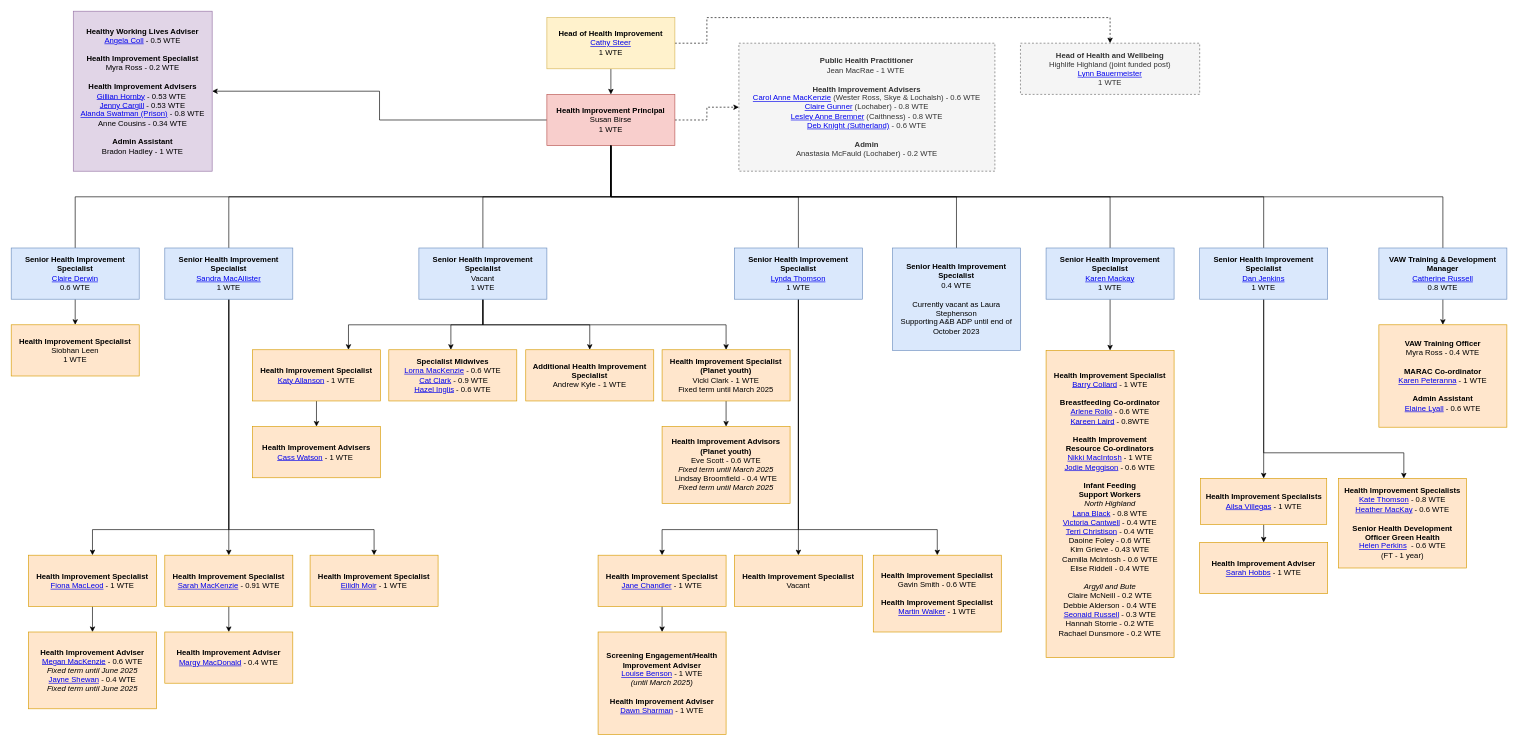
The draw.io diagram Untitled Diagram.drawio in barrycollard/staffOrgChart, before the edit. Source tidied: cells renumbered, new cells numbered last; positions are measured from the earlier drawing's top-left corner, leaving out a move shared by most shapes. Both pictures are drawn from the tidied source at 64%, with x=0, y=0 at pixel (11, 11).
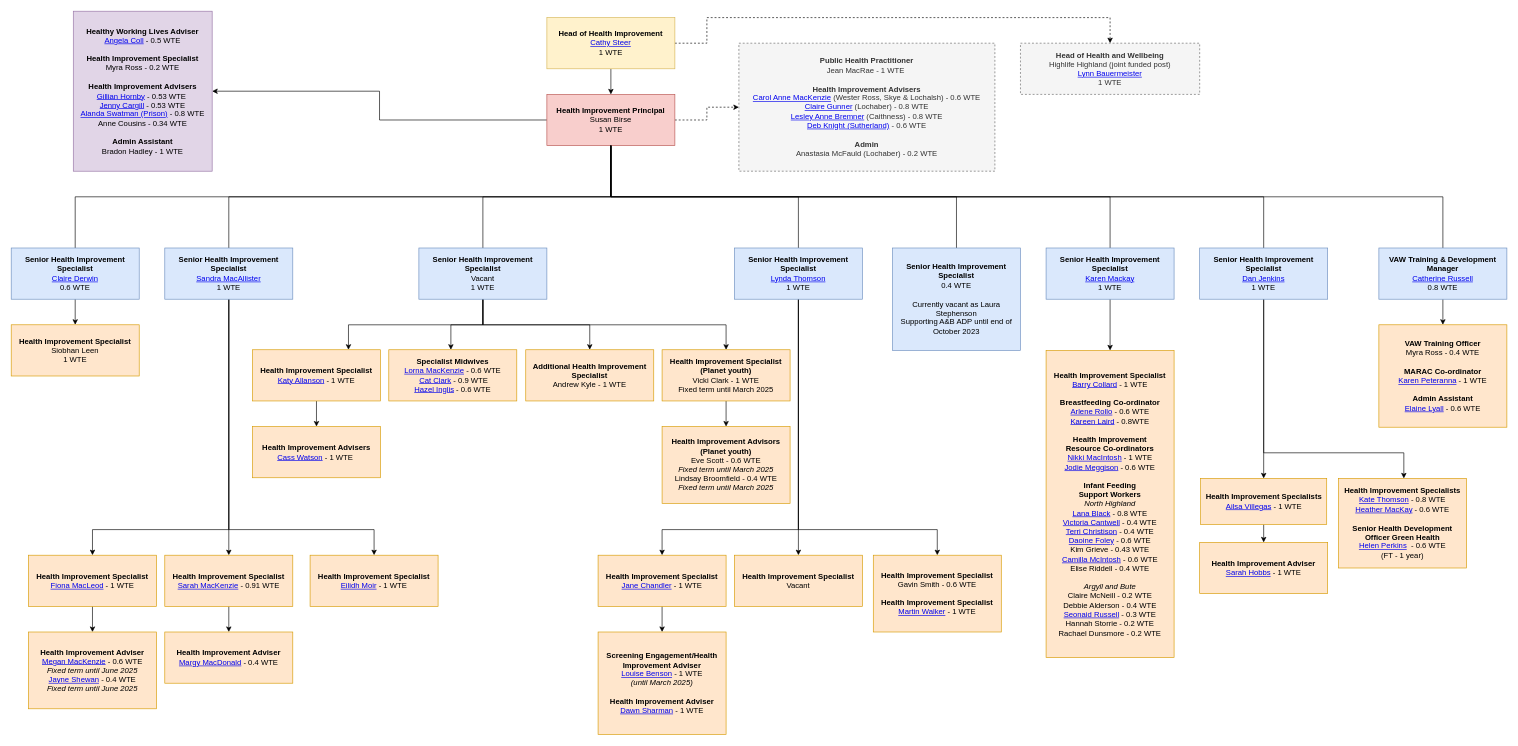
Above is the later version.

The edit, as a diff of the source:
```diff
@@
-    <mxCell id="40" value="&lt;div&gt;&lt;b&gt;Health Improvement Specialist&lt;/b&gt;&lt;/div&gt;&lt;div&gt;&lt;a href=&quot;https://nhshighland.publichealth.scot.nhs.uk/staff/barry-collard/&quot;&gt;Barry Collard&lt;/a&gt; - 1 WTE&lt;/div&gt;&lt;div&gt;&lt;b&gt;&lt;br&gt;&lt;/b&gt;&lt;/div&gt;&lt;div&gt;&lt;b&gt;Breastfeeding Co-ordinator&lt;/b&gt;&lt;/div&gt;&lt;div&gt;&lt;a href=&quot;https://nhshighland.publichealth.scot.nhs.uk/staff/arlene-rollo/&quot;&gt;Arlene Rollo&lt;/a&gt; - 0.6 WTE&lt;/div&gt;&lt;div&gt;&lt;div&gt;&lt;a href=&quot;https://nhshighland.publichealth.scot.nhs.uk/staff/kareen-laird/&quot;&gt;Kareen Laird&lt;/a&gt; - 0.8WTE&lt;/div&gt;&lt;div&gt;&lt;br&gt;&lt;/div&gt;&lt;/div&gt;&lt;b&gt;Health Improvement &lt;br&gt;Resource Co-ordinators&lt;/b&gt;&lt;br&gt;&lt;div&gt;&lt;a href=&quot;https://nhshighland.publichealth.scot.nhs.uk/staff/nicola-mcintosh-2/&quot;&gt;Nikki MacIntosh&lt;/a&gt; - 1 WTE&lt;/div&gt;&lt;div&gt;&lt;a href=&quot;https://nhshighland.publichealth.scot.nhs.uk/staff/jodie-meggison/&quot;&gt;Jodie Meggison&lt;/a&gt; - 0.6 WTE&lt;/div&gt;&lt;div&gt;&lt;b&gt;&lt;br&gt;&lt;/b&gt;&lt;/div&gt;&lt;div&gt;&lt;b&gt;Infant Feeding&lt;br&gt;Support Workers&lt;/b&gt;&lt;/div&gt;&lt;div&gt;&lt;div style=&quot;&quot;&gt;&lt;i&gt;North Highland&lt;/i&gt;&lt;/div&gt;&lt;div style=&quot;&quot;&gt;&lt;a href=&quot;https://nhshighland.publichealth.scot.nhs.uk/staff/lana-black/&quot;&gt;Lana Black&lt;/a&gt; - 0.8 WTE&lt;/div&gt;&lt;div style=&quot;&quot;&gt;&lt;a href=&quot;https://nhshighland.publichealth.scot.nhs.uk/staff/victoria-cantwell/&quot;&gt;Victoria Cantwell&lt;/a&gt; - 0.4 WTE&lt;/div&gt;&lt;div style=&quot;&quot;&gt;&lt;a href=&quot;https://nhshighland.publichealth.scot.nhs.uk/staff/terri-christison/&quot;&gt;Terri Christison&lt;/a&gt; - 0.4 WTE&lt;/div&gt;&lt;div style=&quot;&quot;&gt;Daoine Foley - 0.6 WTE&lt;/div&gt;&lt;div style=&quot;&quot;&gt;Kim Grieve - 0.43 WTE&lt;/div&gt;&lt;div style=&quot;&quot;&gt;Camilla McIntosh - 0.6 WTE&lt;/div&gt;&lt;div style=&quot;&quot;&gt;Elise Riddell - 0.4 WTE&lt;/div&gt;&lt;div style=&quot;&quot;&gt;&lt;br&gt;&lt;/div&gt;&lt;div style=&quot;&quot;&gt;&lt;i&gt;Argyll and Bute&lt;/i&gt;&lt;/div&gt;&lt;div style=&quot;&quot;&gt;Claire&amp;nbsp;McNeill&amp;nbsp;- 0.2 WTE&lt;/div&gt;&lt;div style=&quot;&quot;&gt;Debbie Alderson - 0.4 WTE&lt;/div&gt;&lt;div style=&quot;&quot;&gt;&lt;a href=&quot;https://nhshighland.publichealth.scot.nhs.uk/staff/seonaid-russell/&quot;&gt;Seonaid Russell&lt;/a&gt; - 0.3 WTE&lt;/div&gt;&lt;div style=&quot;&quot;&gt;Hannah Storrie - 0.2 WTE&lt;/div&gt;&lt;/div&gt;&lt;div style=&quot;&quot;&gt;Rachael Dunsmore - 0.2 WTE&lt;br&gt;&lt;/div&gt;" style="rounded=0;whiteSpace=wrap;html=1;fillColor=#ffe6cc;strokeColor=#d79b00;" parent="1" vertex="1">
+    <mxCell id="40" value="&lt;div&gt;&lt;b&gt;Health Improvement Specialist&lt;/b&gt;&lt;/div&gt;&lt;div&gt;&lt;a href=&quot;https://nhshighland.publichealth.scot.nhs.uk/staff/barry-collard/&quot;&gt;Barry Collard&lt;/a&gt; - 1 WTE&lt;/div&gt;&lt;div&gt;&lt;b&gt;&lt;br&gt;&lt;/b&gt;&lt;/div&gt;&lt;div&gt;&lt;b&gt;Breastfeeding Co-ordinator&lt;/b&gt;&lt;/div&gt;&lt;div&gt;&lt;a href=&quot;https://nhshighland.publichealth.scot.nhs.uk/staff/arlene-rollo/&quot;&gt;Arlene Rollo&lt;/a&gt; - 0.6 WTE&lt;/div&gt;&lt;div&gt;&lt;div&gt;&lt;a href=&quot;https://nhshighland.publichealth.scot.nhs.uk/staff/kareen-laird/&quot;&gt;Kareen Laird&lt;/a&gt; - 0.8WTE&lt;/div&gt;&lt;div&gt;&lt;br&gt;&lt;/div&gt;&lt;/div&gt;&lt;b&gt;Health Improvement &lt;br&gt;Resource Co-ordinators&lt;/b&gt;&lt;br&gt;&lt;div&gt;&lt;a href=&quot;https://nhshighland.publichealth.scot.nhs.uk/staff/nicola-mcintosh-2/&quot;&gt;Nikki MacIntosh&lt;/a&gt; - 1 WTE&lt;/div&gt;&lt;div&gt;&lt;a href=&quot;https://nhshighland.publichealth.scot.nhs.uk/staff/jodie-meggison/&quot;&gt;Jodie Meggison&lt;/a&gt; - 0.6 WTE&lt;/div&gt;&lt;div&gt;&lt;b&gt;&lt;br&gt;&lt;/b&gt;&lt;/div&gt;&lt;div&gt;&lt;b&gt;Infant Feeding&lt;br&gt;Support Workers&lt;/b&gt;&lt;/div&gt;&lt;div&gt;&lt;div style=&quot;&quot;&gt;&lt;i&gt;North Highland&lt;/i&gt;&lt;/div&gt;&lt;div style=&quot;&quot;&gt;&lt;a href=&quot;https://nhshighland.publichealth.scot.nhs.uk/staff/lana-black/&quot;&gt;Lana Black&lt;/a&gt; - 0.8 WTE&lt;/div&gt;&lt;div style=&quot;&quot;&gt;&lt;a href=&quot;https://nhshighland.publichealth.scot.nhs.uk/staff/victoria-cantwell/&quot;&gt;Victoria Cantwell&lt;/a&gt; - 0.4 WTE&lt;/div&gt;&lt;div style=&quot;&quot;&gt;&lt;a href=&quot;https://nhshighland.publichealth.scot.nhs.uk/staff/terri-christison/&quot;&gt;Terri Christison&lt;/a&gt; - 0.4 WTE&lt;/div&gt;&lt;div style=&quot;&quot;&gt;&lt;a href=&quot;https://nhshighland.publichealth.scot.nhs.uk/staff/daoine-foley/&quot;&gt;Daoine Foley&lt;/a&gt; - 0.6 WTE&lt;/div&gt;&lt;div style=&quot;&quot;&gt;Kim Grieve - 0.43 WTE&lt;/div&gt;&lt;div style=&quot;&quot;&gt;&lt;a href=&quot;https://nhshighland.publichealth.scot.nhs.uk/staff/camilla-mcintosh/&quot;&gt;Camilla McIntosh&lt;/a&gt; - 0.6 WTE&lt;/div&gt;&lt;div style=&quot;&quot;&gt;Elise Riddell - 0.4 WTE&lt;/div&gt;&lt;div style=&quot;&quot;&gt;&lt;br&gt;&lt;/div&gt;&lt;div style=&quot;&quot;&gt;&lt;i&gt;Argyll and Bute&lt;/i&gt;&lt;/div&gt;&lt;div style=&quot;&quot;&gt;Claire&amp;nbsp;McNeill&amp;nbsp;- 0.2 WTE&lt;/div&gt;&lt;div style=&quot;&quot;&gt;Debbie Alderson - 0.4 WTE&lt;/div&gt;&lt;div style=&quot;&quot;&gt;&lt;a href=&quot;https://nhshighland.publichealth.scot.nhs.uk/staff/seonaid-russell/&quot;&gt;Seonaid Russell&lt;/a&gt; - 0.3 WTE&lt;/div&gt;&lt;div style=&quot;&quot;&gt;Hannah Storrie - 0.2 WTE&lt;/div&gt;&lt;/div&gt;&lt;div style=&quot;&quot;&gt;Rachael Dunsmore - 0.2 WTE&lt;br&gt;&lt;/div&gt;" style="rounded=0;whiteSpace=wrap;html=1;fillColor=#ffe6cc;strokeColor=#d79b00;" parent="1" vertex="1">
       <mxGeometry x="1617" y="530" width="200" height="480" as="geometry" />
     </mxCell>
```
